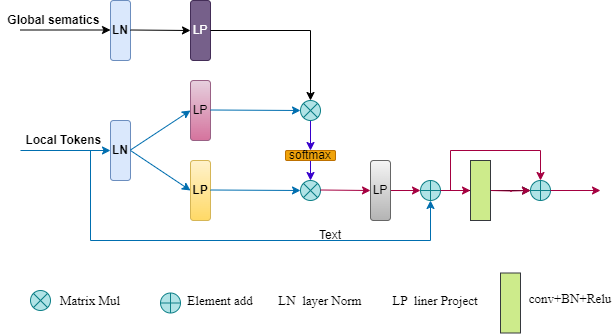
Before: laf.png, a diagram exported from draw.io (Abner2672502038/apiserver). Source tidied: cells renumbered, new cells last; positions are measured from the earlier drawing's top-left corner, leaving out a move shared by most shapes.
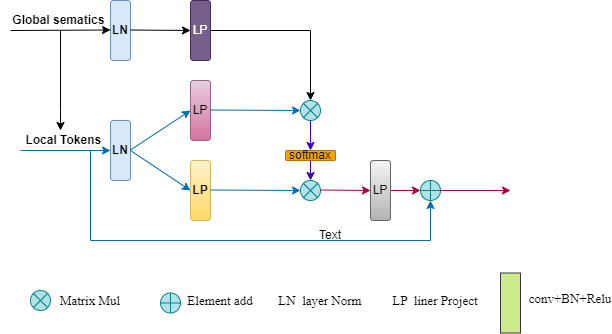
The same file after the commit.

The edit, as a diff of the source:
```diff
@@ -10,7 +10,7 @@
     </mxCell>
     <mxCell id="3" style="endArrow=classic;html=1;rounded=0;" parent="1" edge="1">
       <mxGeometry relative="1" as="geometry">
-        <mxPoint x="20" y="29.5" as="sourcePoint" />
+        <mxPoint x="10" y="30" as="sourcePoint" />
         <mxPoint x="110" y="29.5" as="targetPoint" />
       </mxGeometry>
     </mxCell>
@@ -113,9 +113,6 @@
         <mxPoint x="430" y="240" as="targetPoint" />
       </mxGeometry>
     </mxCell>
-    <mxCell id="26" style="edgeStyle=orthogonalEdgeStyle;rounded=0;jettySize=auto;html=1;" parent="1" edge="1" source="27" target="33">
-      <mxGeometry relative="1" as="geometry" />
-    </mxCell>
     <mxCell id="27" style="shape=orEllipse;perimeter=ellipsePerimeter;whiteSpace=wrap;html=1;backgroundOutline=1;fillColor=#b0e3e6;strokeColor=#0e8088;" parent="1" vertex="1">
       <mxGeometry x="420" y="180" width="20" height="20" as="geometry" />
     </mxCell>
@@ -126,43 +123,9 @@
     </mxCell>
     <mxCell id="29" style="endArrow=classic;html=1;rounded=0;exitX=1;exitY=0.5;exitDx=0;exitDy=0;fillColor=#d80073;strokeColor=#A50040;" parent="1" edge="1" source="27">
       <mxGeometry relative="1" as="geometry">
-        <mxPoint x="470" y="190" as="targetPoint" />
+        <mxPoint x="510" y="190" as="targetPoint" />
       </mxGeometry>
     </mxCell>
-    <mxCell id="30" style="edgeStyle=orthogonalEdgeStyle;rounded=0;orthogonalLoop=1;jettySize=auto;html=1;exitX=1;exitY=0.5;exitDx=0;exitDy=0;fillColor=#d80073;strokeColor=#A50040;" parent="1" edge="1">
-      <mxGeometry relative="1" as="geometry">
-        <mxPoint x="490" y="190" as="sourcePoint" />
-        <mxPoint x="530" y="190" as="targetPoint" />
-      </mxGeometry>
-    </mxCell>
-    <mxCell id="31" style="endArrow=none;html=1;rounded=0;fillColor=#d80073;strokeColor=#A50040;" parent="1" edge="1">
-      <mxGeometry relative="1" as="geometry">
-        <mxPoint x="450" y="150" as="sourcePoint" />
-        <mxPoint x="450" y="190" as="targetPoint" />
-      </mxGeometry>
-    </mxCell>
-    <mxCell id="32" style="endArrow=none;html=1;rounded=0;fillColor=#d80073;strokeColor=#A50040;" parent="1" edge="1">
-      <mxGeometry relative="1" as="geometry">
-        <mxPoint x="450" y="150" as="sourcePoint" />
-        <mxPoint x="540" y="150" as="targetPoint" />
-      </mxGeometry>
-    </mxCell>
-    <mxCell id="33" style="shape=orEllipse;perimeter=ellipsePerimeter;whiteSpace=wrap;html=1;backgroundOutline=1;fillColor=#b0e3e6;strokeColor=#0e8088;" parent="1" vertex="1">
-      <mxGeometry x="530" y="180" width="20" height="20" as="geometry" />
-    </mxCell>
-    <mxCell id="34" style="endArrow=classic;html=1;rounded=0;entryX=0.5;entryY=0;entryDx=0;entryDy=0;fillColor=#d80073;strokeColor=#A50040;" parent="1" edge="1" target="33">
-      <mxGeometry relative="1" as="geometry">
-        <mxPoint x="540" y="150" as="sourcePoint" />
-      </mxGeometry>
-    </mxCell>
-    <mxCell id="35" style="endArrow=classic;html=1;rounded=0;exitX=1;exitY=0.5;exitDx=0;exitDy=0;fillColor=#d80073;strokeColor=#A50040;" parent="1" edge="1" source="33">
-      <mxGeometry relative="1" as="geometry">
-        <mxPoint x="600" y="190" as="targetPoint" />
-      </mxGeometry>
-    </mxCell>
-    <mxCell id="36" style="rounded=0;whiteSpace=wrap;html=1;fillColor=#cdeb8b;strokeColor=#36393d;" parent="1" vertex="1">
-      <mxGeometry x="470" y="160" width="20" height="60" as="geometry" />
-    </mxCell>
     <mxCell id="37" style="shape=sumEllipse;perimeter=ellipsePerimeter;whiteSpace=wrap;html=1;backgroundOutline=1;fillColor=#b0e3e6;strokeColor=#0e8088;direction=east;" parent="1" vertex="1">
       <mxGeometry x="30" y="290" width="20" height="20" as="geometry" />
     </mxCell>
@@ -178,8 +141,16 @@
     <mxCell id="41" value="Text" style="text;strokeColor=none;align=center;fillColor=none;html=1;verticalAlign=middle;whiteSpace=wrap;rounded=0;" parent="1" vertex="1">
       <mxGeometry x="300" y="220" width="60" height="30" as="geometry" />
     </mxCell>
+    <mxCell id="48" style="edgeStyle=orthogonalEdgeStyle;rounded=0;jettySize=auto;html=1;" parent="1" edge="1" source="42" target="43">
+      <mxGeometry relative="1" as="geometry">
+        <Array as="points">
+          <mxPoint x="60" y="110" />
+          <mxPoint x="60" y="110" />
+        </Array>
+      </mxGeometry>
+    </mxCell>
     <mxCell id="42" value="&lt;b&gt;Global sematics&amp;nbsp;&lt;/b&gt;" style="text;strokeColor=none;align=center;fillColor=none;html=1;verticalAlign=middle;whiteSpace=wrap;rounded=0;" parent="1" vertex="1">
-      <mxGeometry x="5" y="10" width="100" height="20" as="geometry" />
+      <mxGeometry x="10" y="10" width="100" height="20" as="geometry" />
     </mxCell>
     <mxCell id="43" value="&lt;b&gt;Local Tokens&amp;nbsp;&lt;/b&gt;" style="text;strokeColor=none;align=center;fillColor=none;html=1;verticalAlign=middle;whiteSpace=wrap;rounded=0;" parent="1" vertex="1">
       <mxGeometry y="130" width="130" height="20" as="geometry" />
```
